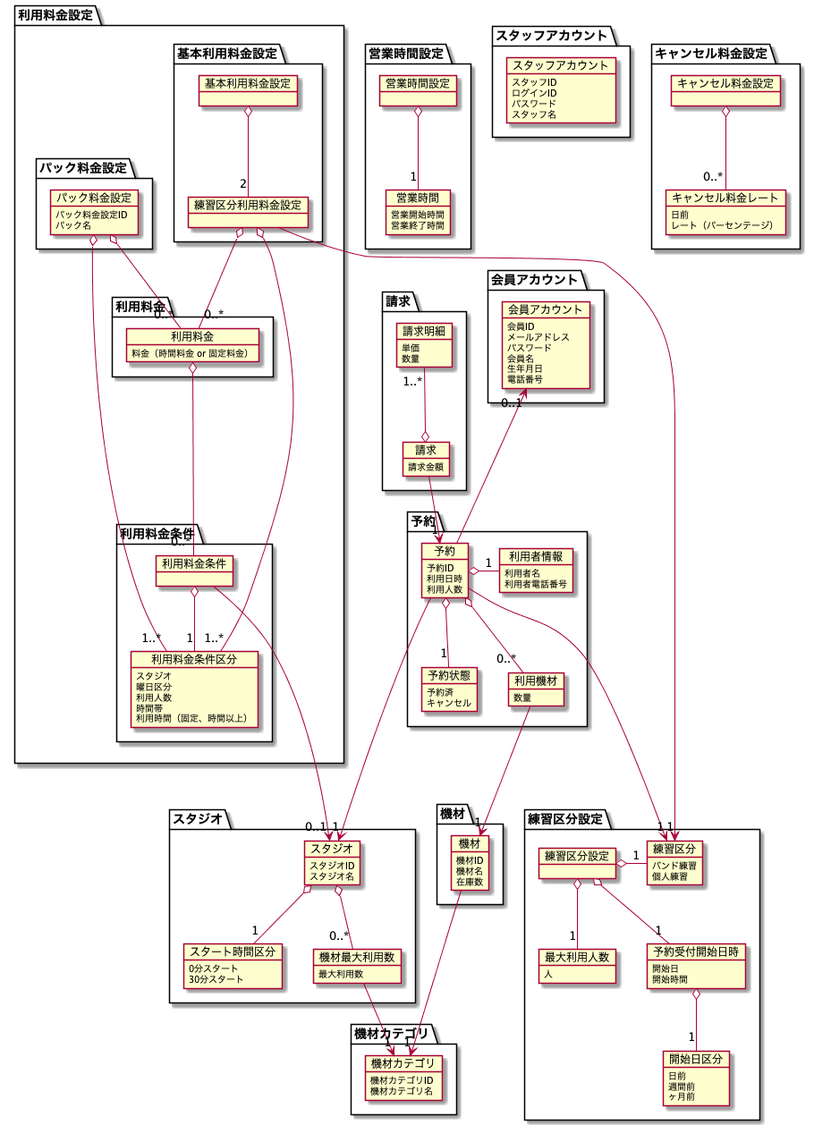
This is modeling/DomainModel/DomainModel.png from TakashiOnawa/ddd-practice-studio-reservation, a PlantUML export, as it was before one commit.
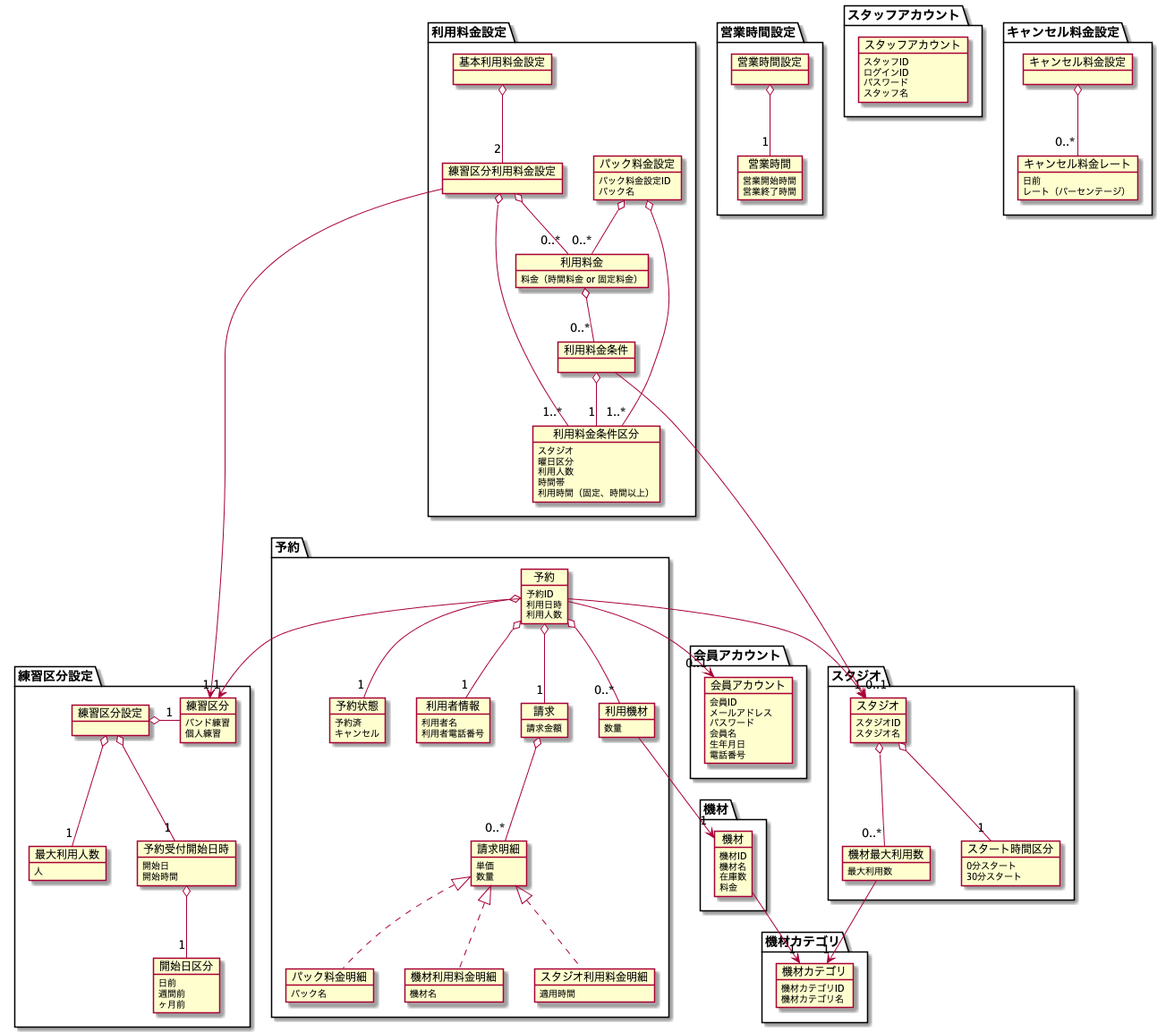
Above is the later version.

Change to the diagram source:
```diff
@@ -19,6 +19,27 @@
 
     object 利用機材 {
         数量
+    }
+
+    object 請求 {
+        請求金額
+    }
+
+    object 請求明細 {
+        単価
+        数量
+    }
+
+    object スタジオ利用料金明細 {
+        適用時間
+    }
+
+    object パック料金明細 {
+        パック名
+    }
+
+    object 機材利用料金明細 {
+        機材名
     }
 }
 
@@ -53,13 +74,13 @@
         スタジオ名
     }
 
+    object 機材最大利用数 {
+        最大利用数
+    }
+
     object スタート時間区分 {
         0分スタート
         30分スタート
-    }
-
-    object 機材最大利用数 {
-        最大利用数
     }
 }
 
@@ -68,6 +89,7 @@
         機材ID
         機材名
         在庫数
+        料金
     }
 }
 
@@ -109,38 +131,30 @@
 }
 
 package 利用料金設定 {
-    package 基本利用料金設定 {
-        object 基本利用料金設定 {
-        }
-
-        object 練習区分利用料金設定 {
-        }
+    object 基本利用料金設定 {
     }
 
-    package パック料金設定 {
-        object パック料金設定 {
-            パック料金設定ID
-            パック名
-        }
+    object 練習区分利用料金設定 {
     }
 
-    package 利用料金 {
-        object 利用料金 {
-            料金（時間料金 or 固定料金）
-        }
+    object パック料金設定 {
+        パック料金設定ID
+        パック名
     }
 
-    package 利用料金条件 {
-        object 利用料金条件 {
-        }
+    object 利用料金 {
+        料金（時間料金 or 固定料金）
+    }
 
-        object 利用料金条件区分 {
-            スタジオ
-            曜日区分
-            利用人数
-            時間帯
-            利用時間（固定、時間以上）
-        }
+    object 利用料金条件 {
+    }
+
+    object 利用料金条件区分 {
+        スタジオ
+        曜日区分
+        利用人数
+        時間帯
+        利用時間（固定、時間以上）
     }
 }
 
@@ -154,34 +168,29 @@
     }
 }
 
-package 請求 {
-    object 請求 {
-        請求金額
-    }
+予約 o-- "0..*" 利用機材
+予約 o-- "1" 利用者情報
+予約 o-- "1" 予約状態
+予約 o-- "1" 請求
+予約 --> "1" スタジオ
+予約 --> "1" 練習区分
+予約 --> "0..1" 会員アカウント
 
-    object 請求明細 {
-        単価
-        数量
-    }
-}
+請求 o-- "0..*" 請求明細
+請求明細 <|.. スタジオ利用料金明細
+請求明細 <|.. パック料金明細
+請求明細 <|.. 機材利用料金明細
 
-予約 o-- "0..*" 利用機材
-予約 o-right- "1" 利用者情報
-予約 o-- "1" 予約状態
-予約 ----> "1" スタジオ
-予約 ----> "1" 練習区分
-予約 -up--> "0..1" 会員アカウント
-
-利用機材 ---> "1" 機材
+利用機材 --> "1" 機材
 
 スタジオ o-- "1" スタート時間区分
 スタジオ o-- "0..*" 機材最大利用数
 
 機材最大利用数 --> "1" 機材カテゴリ
 
-機材 ---> "1" 機材カテゴリ
+機材 --> "1" 機材カテゴリ
 
-練習区分設定 o- "1" 練習区分
+練習区分設定 o-right- "1" 練習区分
 練習区分設定 o-- "1" 最大利用人数
 練習区分設定 o-- "1" 予約受付開始日時
 予約受付開始日時 o-- "1" 開始日区分
@@ -192,8 +201,8 @@
 
 基本利用料金設定 o-- "2" 練習区分利用料金設定
 練習区分利用料金設定 o-- "0..*" 利用料金
+練習区分利用料金設定 o-- "1..*" 利用料金条件区分
 練習区分利用料金設定 --> "1" 練習区分
-練習区分利用料金設定 o-- "1..*" 利用料金条件区分
 
 パック料金設定 o-- "0..*" 利用料金
 パック料金設定 o-- "1..*" 利用料金条件区分
@@ -201,9 +210,6 @@
 利用料金条件 ----> "0..1" スタジオ
 利用料金条件 o-- "1" 利用料金条件区分
 
-利用料金 o--- "0..*" 利用料金条件
-
-請求 o-up- "1..*" 請求明細
-請求 --> "1" 予約
+利用料金 o-- "0..*" 利用料金条件
 
 @enduml
```
